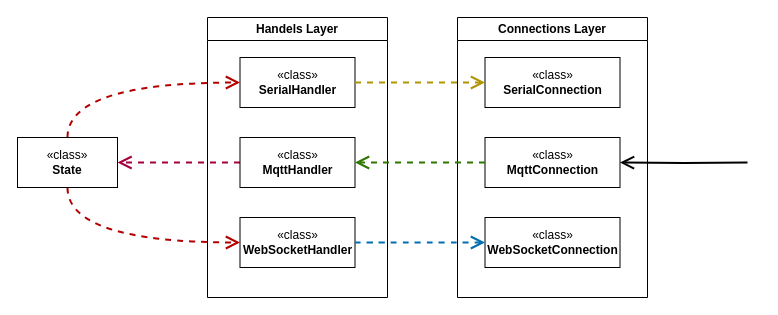
The draw.io diagram assignment-03/doc/Tasks.drawio in Salinatore/IoT-assignements, before the edit. Source tidied: cells renumbered, new cells numbered last; positions are measured from the earlier drawing's top-left corner, leaving out a move shared by most shapes. Both pictures are drawn from the tidied source at 100%, with x=0, y=0 at pixel (17, 17).
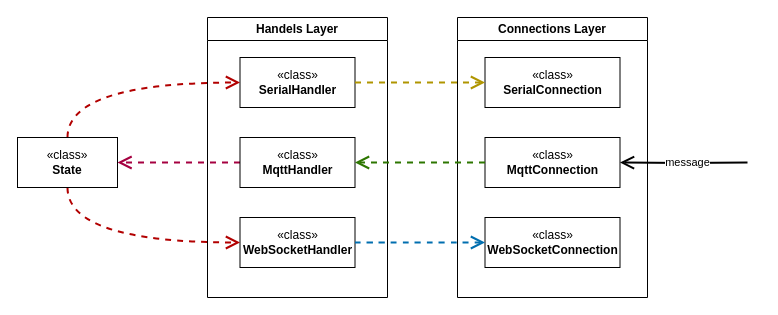
The same diagram, later.

What changed in the source:
```diff
@@
 <mxGraphModel>
   <root>
     <mxCell id="0" />
     <mxCell id="1" parent="0" />
     <mxCell id="2" value="Handels Layer" style="swimlane;whiteSpace=wrap;html=1;" parent="1" vertex="1">
       <mxGeometry x="190" width="180" height="280" as="geometry" />
     </mxCell>
     <mxCell id="3" style="edgeStyle=orthogonalEdgeStyle;shape=connector;rounded=0;jettySize=auto;html=1;exitX=0;exitY=0.5;exitDx=0;exitDy=0;entryX=1;entryY=0.5;entryDx=0;entryDy=0;dashed=1;strokeColor=#A50040;strokeWidth=2;align=center;verticalAlign=middle;fontFamily=Helvetica;fontSize=11;fontColor=default;labelBackgroundColor=default;endArrow=open;endFill=0;endSize=10;fillColor=#d80073;" parent="2" edge="1" source="4" target="9">
       <mxGeometry relative="1" as="geometry" />
     </mxCell>
     <mxCell id="4" value="«class»&lt;br&gt;&lt;b&gt;Mqtt&lt;/b&gt;&lt;b style=&quot;background-color: transparent; color: light-dark(rgb(0, 0, 0), rgb(255, 255, 255));&quot;&gt;Handler&lt;/b&gt;" style="html=1;whiteSpace=wrap;" parent="2" vertex="1">
       <mxGeometry x="32.5" y="120" width="115" height="50" as="geometry" />
     </mxCell>
     <mxCell id="5" value="«class»&lt;br&gt;&lt;b&gt;SerialHandler&lt;/b&gt;" style="html=1;whiteSpace=wrap;" parent="2" vertex="1">
       <mxGeometry x="32.5" y="40" width="115" height="50" as="geometry" />
     </mxCell>
     <mxCell id="6" value="«class»&lt;br&gt;&lt;b style=&quot;background-color: transparent; color: light-dark(rgb(0, 0, 0), rgb(255, 255, 255));&quot;&gt;WebSocketHandler&lt;/b&gt;" style="html=1;whiteSpace=wrap;" parent="2" vertex="1">
       <mxGeometry x="32.5" y="200" width="115" height="50" as="geometry" />
     </mxCell>
     <mxCell id="7" style="edgeStyle=orthogonalEdgeStyle;shape=connector;rounded=0;jettySize=auto;html=1;exitX=0.5;exitY=0;exitDx=0;exitDy=0;entryX=0;entryY=0.5;entryDx=0;entryDy=0;dashed=1;strokeColor=#B20000;strokeWidth=2;align=center;verticalAlign=middle;fontFamily=Helvetica;fontSize=11;fontColor=default;labelBackgroundColor=default;endArrow=open;endFill=0;endSize=10;fillColor=#e51400;curved=1;" parent="2" edge="1" source="9" target="5">
       <mxGeometry relative="1" as="geometry" />
     </mxCell>
     <mxCell id="8" style="edgeStyle=orthogonalEdgeStyle;shape=connector;curved=1;rounded=0;jettySize=auto;html=1;exitX=0.5;exitY=1;exitDx=0;exitDy=0;entryX=0;entryY=0.5;entryDx=0;entryDy=0;dashed=1;strokeColor=#B20000;strokeWidth=2;align=center;verticalAlign=middle;fontFamily=Helvetica;fontSize=11;fontColor=default;labelBackgroundColor=default;endArrow=open;endFill=0;endSize=10;fillColor=#e51400;" parent="2" edge="1" source="9" target="6">
       <mxGeometry relative="1" as="geometry" />
     </mxCell>
     <mxCell id="9" value="«class»&lt;br&gt;&lt;b&gt;State&lt;/b&gt;" style="html=1;whiteSpace=wrap;" parent="2" vertex="1">
       <mxGeometry x="-190" y="120" width="100" height="50" as="geometry" />
     </mxCell>
     <mxCell id="10" value="Connections Layer" style="swimlane;whiteSpace=wrap;html=1;" parent="1" vertex="1">
       <mxGeometry x="440" width="190" height="280" as="geometry" />
     </mxCell>
     <mxCell id="11" value="«class»&lt;br&gt;&lt;b&gt;MqttConnection&lt;/b&gt;" style="html=1;whiteSpace=wrap;" parent="10" vertex="1">
       <mxGeometry x="27.5" y="120" width="135" height="50" as="geometry" />
     </mxCell>
     <mxCell id="12" value="«class»&lt;br&gt;&lt;b&gt;SerialConnection&lt;/b&gt;" style="html=1;whiteSpace=wrap;" parent="10" vertex="1">
       <mxGeometry x="27.5" y="40" width="135" height="50" as="geometry" />
     </mxCell>
     <mxCell id="13" value="«class»&lt;br&gt;&lt;b style=&quot;color: light-dark(rgb(0, 0, 0), rgb(255, 255, 255)); background-color: transparent;&quot;&gt;WebSocketConnection&lt;/b&gt;" style="html=1;whiteSpace=wrap;" parent="10" vertex="1">
       <mxGeometry x="27.5" y="200" width="135" height="50" as="geometry" />
     </mxCell>
     <mxCell id="14" style="edgeStyle=orthogonalEdgeStyle;rounded=0;jettySize=auto;html=1;exitX=0;exitY=0.5;exitDx=0;exitDy=0;entryX=1;entryY=0.5;entryDx=0;entryDy=0;endSize=10;endArrow=open;endFill=0;strokeWidth=2;dashed=1;fillColor=#60a917;strokeColor=#2D7600;" parent="1" edge="1" source="11" target="4">
       <mxGeometry relative="1" as="geometry" />
     </mxCell>
     <mxCell id="15" style="edgeStyle=orthogonalEdgeStyle;shape=connector;rounded=0;jettySize=auto;html=1;exitX=1;exitY=0.5;exitDx=0;exitDy=0;entryX=0;entryY=0.5;entryDx=0;entryDy=0;dashed=1;strokeColor=#B09500;strokeWidth=2;align=center;verticalAlign=middle;fontFamily=Helvetica;fontSize=11;fontColor=default;labelBackgroundColor=default;endArrow=open;endFill=0;endSize=10;fillColor=#e3c800;" parent="1" edge="1" source="5" target="12">
       <mxGeometry relative="1" as="geometry" />
     </mxCell>
     <mxCell id="16" style="edgeStyle=orthogonalEdgeStyle;shape=connector;curved=1;rounded=0;jettySize=auto;html=1;exitX=1;exitY=0.5;exitDx=0;exitDy=0;entryX=0;entryY=0.5;entryDx=0;entryDy=0;dashed=1;strokeColor=#006EAF;strokeWidth=2;align=center;verticalAlign=middle;fontFamily=Helvetica;fontSize=11;fontColor=default;labelBackgroundColor=default;endArrow=open;endFill=0;endSize=10;fillColor=#1ba1e2;" parent="1" edge="1" source="6" target="13">
       <mxGeometry relative="1" as="geometry" />
     </mxCell>
-    <mxCell id="17" style="edgeStyle=orthogonalEdgeStyle;rounded=0;jettySize=auto;html=1;entryX=1;entryY=0.5;entryDx=0;entryDy=0;endSize=10;endArrow=open;endFill=0;strokeWidth=2;" parent="1" edge="1" target="11">
-      <mxGeometry relative="1" as="geometry">
+    <mxCell id="17" value="message" style="edgeStyle=orthogonalEdgeStyle;rounded=0;jettySize=auto;html=1;entryX=1;entryY=0.5;entryDx=0;entryDy=0;endSize=10;endArrow=open;endFill=0;strokeWidth=2;" parent="1" edge="1" target="11">
+      <mxGeometry x="-0.06" relative="1" as="geometry">
         <mxPoint x="730" y="145" as="sourcePoint" />
       </mxGeometry>
     </mxCell>
   </root>
 </mxGraphModel>
```
